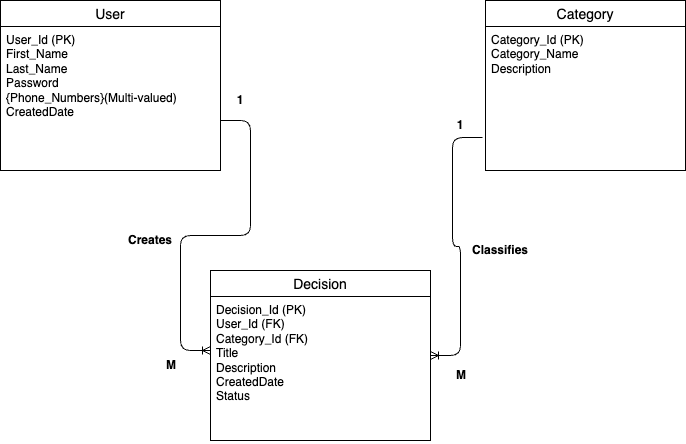
nirmala-sharma/decision-log keeps this draw.io diagram as images/erd.png. Above is the earlier version. Source tidied: cells renumbered, new cells last; positions are measured from the earlier drawing's top-left corner, leaving out a move shared by most shapes. Source of this version:
```xml
<mxGraphModel>
  <root>
    <mxCell id="0" />
    <mxCell id="1" parent="0" />
    <mxCell id="2" value="User" style="swimlane;fontStyle=0;horizontal=1;startSize=26;align=center;fontSize=14;" parent="1" vertex="1">
      <mxGeometry width="220" height="170" as="geometry" />
    </mxCell>
    <mxCell id="3" value="User_Id (PK)&lt;div&gt;First_Name&lt;/div&gt;&lt;div&gt;Last_Name&lt;/div&gt;&lt;div&gt;Password&lt;/div&gt;&lt;div&gt;{Phone_Numbers}(Multi-valued)&lt;/div&gt;&lt;div&gt;CreatedDate&lt;/div&gt;" style="text;strokeColor=none;fillColor=none;spacingLeft=4;spacingRight=4;overflow=hidden;fontSize=12;whiteSpace=wrap;html=1;" parent="2" vertex="1">
      <mxGeometry y="26" width="220" height="144" as="geometry" />
    </mxCell>
    <mxCell id="4" value="Decision" style="swimlane;fontStyle=0;horizontal=1;startSize=26;align=center;fontSize=14;" parent="1" vertex="1">
      <mxGeometry x="210" y="270" width="220" height="170" as="geometry" />
    </mxCell>
    <mxCell id="5" value="&lt;div&gt;Decision_Id (PK)&lt;/div&gt;User_Id (FK)&lt;div&gt;&lt;font color=&quot;#000000&quot;&gt;Category_Id (FK)&lt;br&gt;&lt;/font&gt;&lt;div&gt;Title&lt;/div&gt;&lt;div&gt;Description&lt;/div&gt;&lt;div&gt;CreatedDate&lt;/div&gt;&lt;div&gt;Status&lt;/div&gt;&lt;div&gt;&lt;br&gt;&lt;/div&gt;&lt;/div&gt;" style="text;strokeColor=none;fillColor=none;spacingLeft=4;spacingRight=4;overflow=hidden;fontSize=12;whiteSpace=wrap;html=1;" parent="4" vertex="1">
      <mxGeometry y="26" width="220" height="144" as="geometry" />
    </mxCell>
    <mxCell id="6" value="Category" style="swimlane;fontStyle=0;horizontal=1;startSize=26;align=center;fontSize=14;" parent="1" vertex="1">
      <mxGeometry x="485" width="200" height="170" as="geometry" />
    </mxCell>
    <mxCell id="7" value="&lt;div&gt;Category_Id (PK)&lt;/div&gt;Category_Name&lt;div&gt;Description&lt;/div&gt;&lt;div&gt;&lt;br&gt;&lt;/div&gt;" style="text;strokeColor=none;fillColor=none;spacingLeft=4;spacingRight=4;overflow=hidden;points=[[0,0.5],[1,0.5]];portConstraint=eastwest;fontSize=12;whiteSpace=wrap;html=1;" parent="6" vertex="1">
      <mxGeometry y="26" width="200" height="144" as="geometry" />
    </mxCell>
    <mxCell id="8" value="&lt;b&gt;1&lt;/b&gt;" style="text;html=1;align=center;verticalAlign=middle;whiteSpace=wrap;rounded=0;" parent="1" vertex="1">
      <mxGeometry x="200" y="70" width="80" height="60" as="geometry" />
    </mxCell>
    <mxCell id="9" value="&lt;b&gt;M&lt;/b&gt;" style="text;strokeColor=none;fillColor=none;align=left;verticalAlign=middle;spacingLeft=4;spacingRight=4;overflow=hidden;whiteSpace=wrap;html=1;" parent="1" vertex="1">
      <mxGeometry x="160" y="350" width="80" height="30" as="geometry" />
    </mxCell>
    <mxCell id="10" value="&lt;b&gt;Creates&lt;/b&gt;" style="text;html=1;align=center;verticalAlign=middle;whiteSpace=wrap;rounded=0;" parent="1" vertex="1">
      <mxGeometry x="120" y="210" width="60" height="60" as="geometry" />
    </mxCell>
    <mxCell id="11" style="edgeStyle=entityRelationEdgeStyle;fontSize=12;html=1;endArrow=ERoneToMany;" parent="1" edge="1">
      <mxGeometry relative="1" as="geometry">
        <mxPoint x="220" y="120" as="sourcePoint" />
        <mxPoint x="210" y="350" as="targetPoint" />
      </mxGeometry>
    </mxCell>
    <mxCell id="12" style="edgeStyle=entityRelationEdgeStyle;fontSize=12;html=1;endArrow=ERoneToMany;exitX=-0.015;exitY=0.771;exitDx=0;exitDy=0;exitPerimeter=0;" parent="1" edge="1" source="7" target="4">
      <mxGeometry relative="1" as="geometry">
        <Array as="points">
          <mxPoint x="480" y="130" />
          <mxPoint x="480" y="250" />
          <mxPoint x="470" y="140" />
          <mxPoint x="470" y="100" />
          <mxPoint x="520" y="230" />
          <mxPoint x="570" y="230" />
          <mxPoint x="400" y="220" />
          <mxPoint x="420" y="100" />
          <mxPoint x="420" y="170" />
          <mxPoint x="450" y="200" />
        </Array>
      </mxGeometry>
    </mxCell>
    <mxCell id="13" value="&lt;b&gt;M&lt;/b&gt;" style="text;strokeColor=none;fillColor=none;align=left;verticalAlign=middle;spacingLeft=4;spacingRight=4;overflow=hidden;whiteSpace=wrap;html=1;" parent="1" vertex="1">
      <mxGeometry x="450" y="360" width="80" height="30" as="geometry" />
    </mxCell>
    <mxCell id="14" value="&lt;b&gt;Classifies&lt;/b&gt;" style="text;html=1;align=center;verticalAlign=middle;whiteSpace=wrap;rounded=0;" parent="1" vertex="1">
      <mxGeometry x="470" y="220" width="60" height="60" as="geometry" />
    </mxCell>
    <mxCell id="15" value="&lt;b&gt;1&lt;/b&gt;" style="text;html=1;align=center;verticalAlign=middle;whiteSpace=wrap;rounded=0;" parent="1" vertex="1">
      <mxGeometry x="420" y="80" width="80" height="90" as="geometry" />
    </mxCell>
  </root>
</mxGraphModel>
```
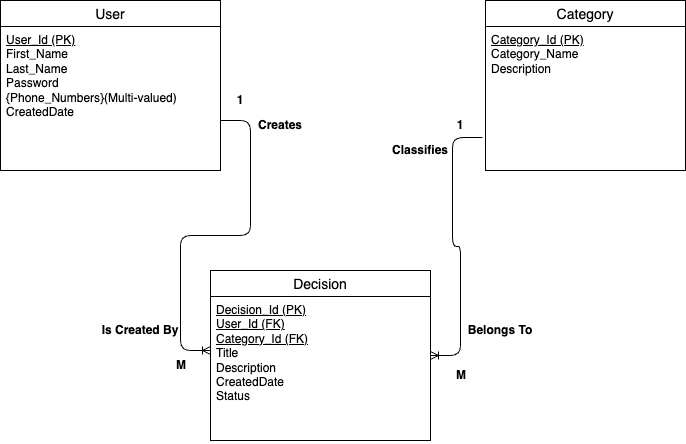
Later version of the same file.

Change to the diagram source:
```diff
@@ -5,29 +5,29 @@
     <mxCell id="2" value="User" style="swimlane;fontStyle=0;horizontal=1;startSize=26;align=center;fontSize=14;" parent="1" vertex="1">
       <mxGeometry width="220" height="170" as="geometry" />
     </mxCell>
-    <mxCell id="3" value="User_Id (PK)&lt;div&gt;First_Name&lt;/div&gt;&lt;div&gt;Last_Name&lt;/div&gt;&lt;div&gt;Password&lt;/div&gt;&lt;div&gt;{Phone_Numbers}(Multi-valued)&lt;/div&gt;&lt;div&gt;CreatedDate&lt;/div&gt;" style="text;strokeColor=none;fillColor=none;spacingLeft=4;spacingRight=4;overflow=hidden;fontSize=12;whiteSpace=wrap;html=1;" parent="2" vertex="1">
+    <mxCell id="3" value="&lt;u&gt;User_Id (PK)&lt;/u&gt;&lt;div&gt;First_Name&lt;/div&gt;&lt;div&gt;Last_Name&lt;/div&gt;&lt;div&gt;Password&lt;/div&gt;&lt;div&gt;{Phone_Numbers}(Multi-valued)&lt;/div&gt;&lt;div&gt;CreatedDate&lt;/div&gt;" style="text;strokeColor=none;fillColor=none;spacingLeft=4;spacingRight=4;overflow=hidden;fontSize=12;whiteSpace=wrap;html=1;" parent="2" vertex="1">
       <mxGeometry y="26" width="220" height="144" as="geometry" />
     </mxCell>
     <mxCell id="4" value="Decision" style="swimlane;fontStyle=0;horizontal=1;startSize=26;align=center;fontSize=14;" parent="1" vertex="1">
       <mxGeometry x="210" y="270" width="220" height="170" as="geometry" />
     </mxCell>
-    <mxCell id="5" value="&lt;div&gt;Decision_Id (PK)&lt;/div&gt;User_Id (FK)&lt;div&gt;&lt;font color=&quot;#000000&quot;&gt;Category_Id (FK)&lt;br&gt;&lt;/font&gt;&lt;div&gt;Title&lt;/div&gt;&lt;div&gt;Description&lt;/div&gt;&lt;div&gt;CreatedDate&lt;/div&gt;&lt;div&gt;Status&lt;/div&gt;&lt;div&gt;&lt;br&gt;&lt;/div&gt;&lt;/div&gt;" style="text;strokeColor=none;fillColor=none;spacingLeft=4;spacingRight=4;overflow=hidden;fontSize=12;whiteSpace=wrap;html=1;" parent="4" vertex="1">
+    <mxCell id="5" value="&lt;div&gt;&lt;u&gt;Decision_Id (PK)&lt;/u&gt;&lt;/div&gt;&lt;u&gt;User_Id (FK)&lt;/u&gt;&lt;div&gt;&lt;font color=&quot;#000000&quot;&gt;&lt;u&gt;Category_Id (FK)&lt;br&gt;&lt;/u&gt;&lt;/font&gt;&lt;div&gt;Title&lt;/div&gt;&lt;div&gt;Description&lt;/div&gt;&lt;div&gt;CreatedDate&lt;/div&gt;&lt;div&gt;Status&lt;/div&gt;&lt;div&gt;&lt;br&gt;&lt;/div&gt;&lt;/div&gt;" style="text;strokeColor=none;fillColor=none;spacingLeft=4;spacingRight=4;overflow=hidden;fontSize=12;whiteSpace=wrap;html=1;" parent="4" vertex="1">
       <mxGeometry y="26" width="220" height="144" as="geometry" />
     </mxCell>
     <mxCell id="6" value="Category" style="swimlane;fontStyle=0;horizontal=1;startSize=26;align=center;fontSize=14;" parent="1" vertex="1">
       <mxGeometry x="485" width="200" height="170" as="geometry" />
     </mxCell>
-    <mxCell id="7" value="&lt;div&gt;Category_Id (PK)&lt;/div&gt;Category_Name&lt;div&gt;Description&lt;/div&gt;&lt;div&gt;&lt;br&gt;&lt;/div&gt;" style="text;strokeColor=none;fillColor=none;spacingLeft=4;spacingRight=4;overflow=hidden;points=[[0,0.5],[1,0.5]];portConstraint=eastwest;fontSize=12;whiteSpace=wrap;html=1;" parent="6" vertex="1">
+    <mxCell id="7" value="&lt;div&gt;&lt;u&gt;Category_Id (PK)&lt;/u&gt;&lt;/div&gt;Category_Name&lt;div&gt;Description&lt;/div&gt;&lt;div&gt;&lt;br&gt;&lt;/div&gt;" style="text;strokeColor=none;fillColor=none;spacingLeft=4;spacingRight=4;overflow=hidden;points=[[0,0.5],[1,0.5]];portConstraint=eastwest;fontSize=12;whiteSpace=wrap;html=1;" parent="6" vertex="1">
       <mxGeometry y="26" width="200" height="144" as="geometry" />
     </mxCell>
     <mxCell id="8" value="&lt;b&gt;1&lt;/b&gt;" style="text;html=1;align=center;verticalAlign=middle;whiteSpace=wrap;rounded=0;" parent="1" vertex="1">
       <mxGeometry x="200" y="70" width="80" height="60" as="geometry" />
     </mxCell>
     <mxCell id="9" value="&lt;b&gt;M&lt;/b&gt;" style="text;strokeColor=none;fillColor=none;align=left;verticalAlign=middle;spacingLeft=4;spacingRight=4;overflow=hidden;whiteSpace=wrap;html=1;" parent="1" vertex="1">
-      <mxGeometry x="160" y="350" width="80" height="30" as="geometry" />
+      <mxGeometry x="170" y="350" width="80" height="30" as="geometry" />
     </mxCell>
     <mxCell id="10" value="&lt;b&gt;Creates&lt;/b&gt;" style="text;html=1;align=center;verticalAlign=middle;whiteSpace=wrap;rounded=0;" parent="1" vertex="1">
-      <mxGeometry x="120" y="210" width="60" height="60" as="geometry" />
+      <mxGeometry x="250" y="95" width="60" height="60" as="geometry" />
     </mxCell>
     <mxCell id="11" style="edgeStyle=entityRelationEdgeStyle;fontSize=12;html=1;endArrow=ERoneToMany;" parent="1" edge="1">
       <mxGeometry relative="1" as="geometry">
@@ -55,10 +55,16 @@
       <mxGeometry x="450" y="360" width="80" height="30" as="geometry" />
     </mxCell>
     <mxCell id="14" value="&lt;b&gt;Classifies&lt;/b&gt;" style="text;html=1;align=center;verticalAlign=middle;whiteSpace=wrap;rounded=0;" parent="1" vertex="1">
-      <mxGeometry x="470" y="220" width="60" height="60" as="geometry" />
+      <mxGeometry x="390" y="120" width="60" height="60" as="geometry" />
     </mxCell>
     <mxCell id="15" value="&lt;b&gt;1&lt;/b&gt;" style="text;html=1;align=center;verticalAlign=middle;whiteSpace=wrap;rounded=0;" parent="1" vertex="1">
       <mxGeometry x="420" y="80" width="80" height="90" as="geometry" />
     </mxCell>
+    <mxCell id="16" value="&lt;b&gt;Is Created By&lt;/b&gt;" style="text;html=1;align=center;verticalAlign=middle;whiteSpace=wrap;rounded=0;" parent="1" vertex="1">
+      <mxGeometry x="80" y="300" width="120" height="60" as="geometry" />
+    </mxCell>
+    <mxCell id="17" value="&lt;b&gt;Belongs To&lt;/b&gt;" style="text;html=1;align=center;verticalAlign=middle;whiteSpace=wrap;rounded=0;" parent="1" vertex="1">
+      <mxGeometry x="460" y="300" width="80" height="60" as="geometry" />
+    </mxCell>
   </root>
 </mxGraphModel>
```
